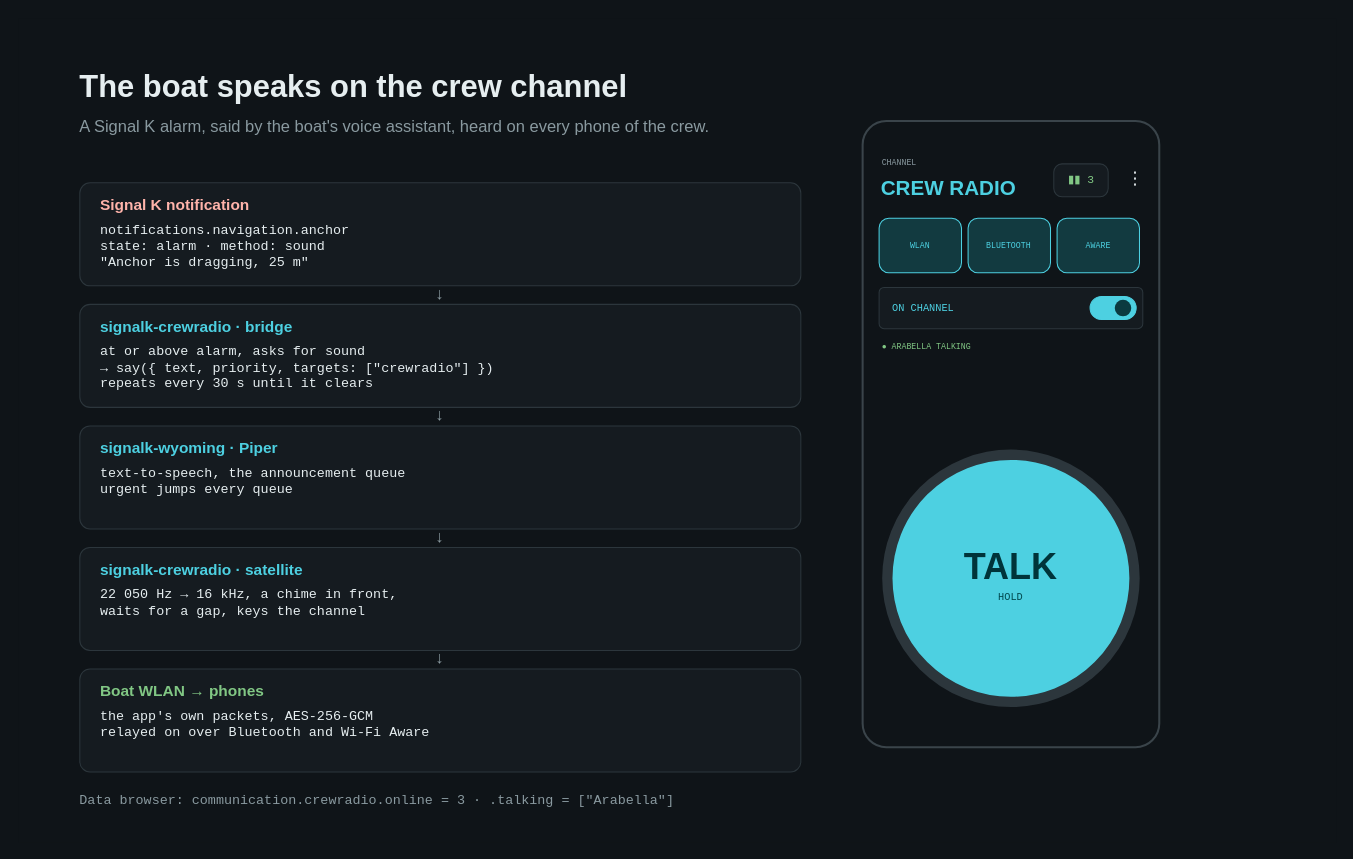
Above: sk-plugin/docs/diagrams/announcement.drawio in KEGustafsson/android-push-to-talk (draw.io), before the change. Source tidied: cells renumbered, new cells numbered last; positions are measured from the earlier drawing's top-left corner, leaving out a move shared by most shapes. Both pictures are drawn from the tidied source at 103%, with x=0, y=0 at pixel (18, 18).
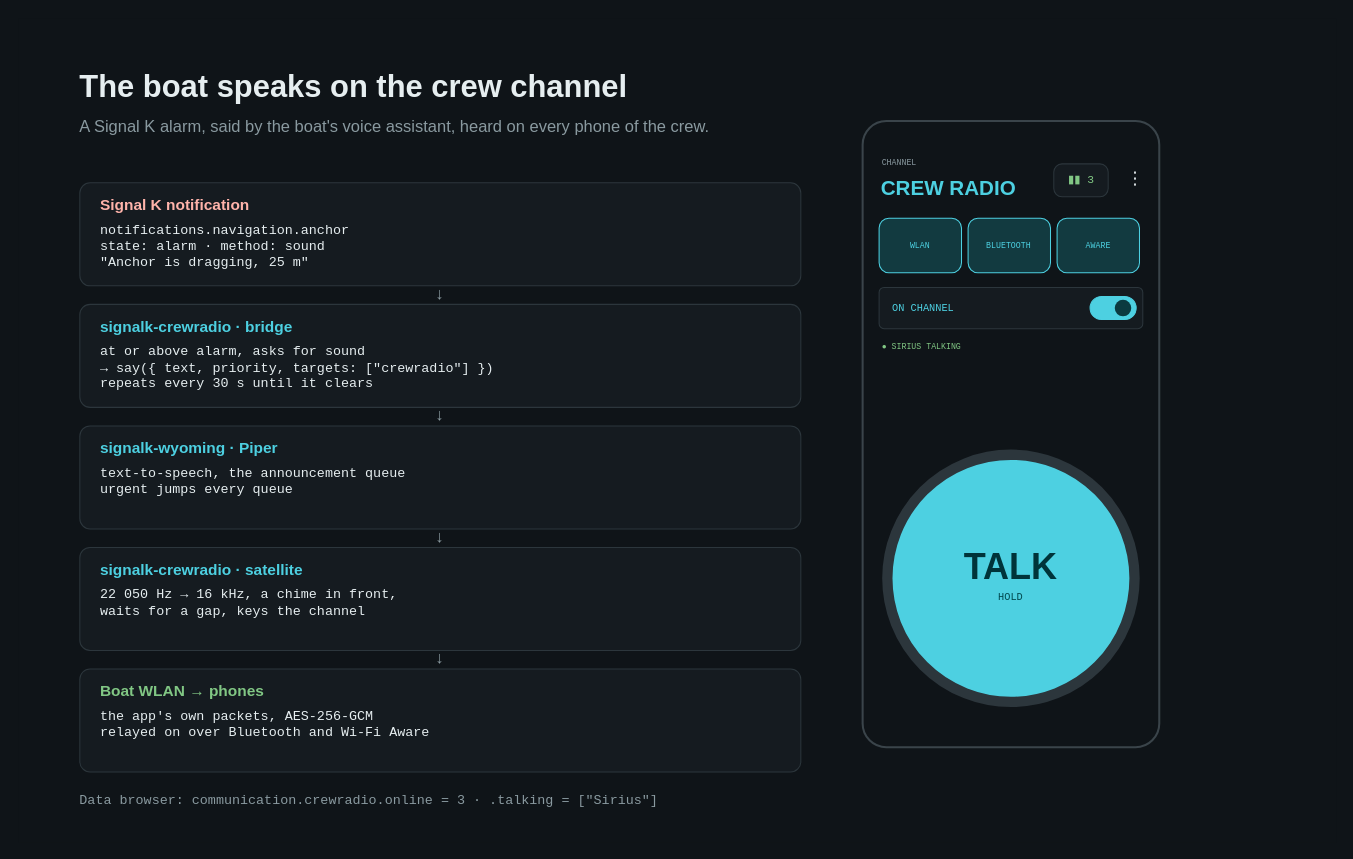
After the change.

Diff of the diagram source:
```diff
@@
-    <mxCell id="17" value="● ARABELLA TALKING" style="text;html=1;whiteSpace=wrap;align=left;verticalAlign=middle;fontSize=8;fontColor=#81C784;fontFamily=Courier New;spacing=0;" parent="1" vertex="1">
+    <mxCell id="17" value="● SIRIUS TALKING" style="text;html=1;whiteSpace=wrap;align=left;verticalAlign=middle;fontSize=8;fontColor=#81C784;fontFamily=Courier New;spacing=0;" parent="1" vertex="1">
       <mxGeometry x="839.2" y="311.2" width="256" height="16" as="geometry" />
     </mxCell>
@@
-    <mxCell id="40" value="Data browser: communication.crewradio.online = 3 · .talking = [&quot;Arabella&quot;]" style="text;html=1;whiteSpace=wrap;align=left;verticalAlign=middle;fontSize=13;fontColor=#8A9AA0;fontFamily=Courier New;spacing=0;" parent="1" vertex="1">
+    <mxCell id="40" value="Data browser: communication.crewradio.online = 3 · .talking = [&quot;Sirius&quot;]" style="text;html=1;whiteSpace=wrap;align=left;verticalAlign=middle;fontSize=13;fontColor=#8A9AA0;fontFamily=Courier New;spacing=0;" parent="1" vertex="1">
       <mxGeometry x="60" y="748" width="740" height="24" as="geometry" />
     </mxCell>
```
